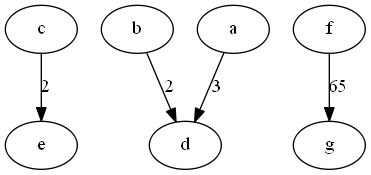
Before: TeoriaDosGrafos/src/os/img/file.png, a diagram exported from Graphviz (alexandrepsjf/Grafos). Its source is kept beside it as TeoriaDosGrafos/src/os/dot/file.dot.
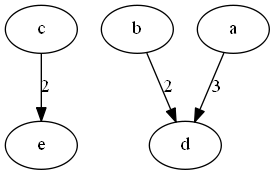
Above is the later version.

The edit, as a diff of the source:
```diff
@@ -1,5 +1,4 @@
 digraph G {c -> e[label=2];
 b -> d[label=2];
 a -> d[label=3];
-f -> g[label=65];
 }
```
